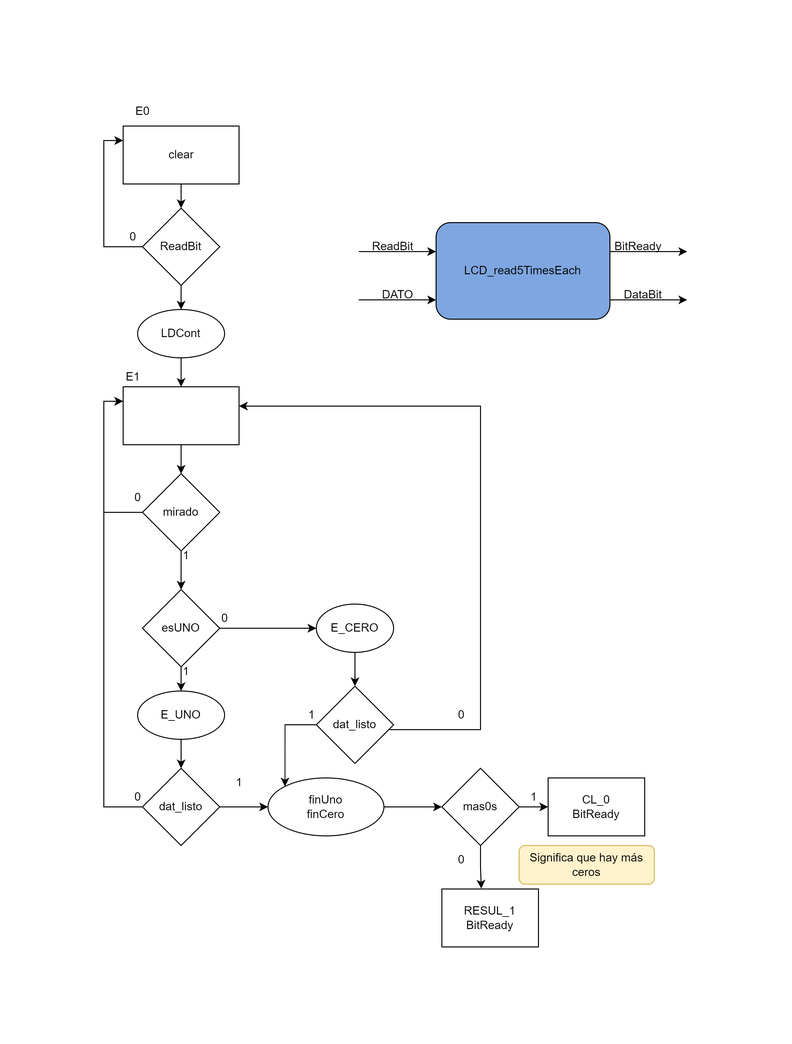
Earlier version of the draw.io export Proyecto/DISEÑO_LCD_READTIMES_EACH/LCD_read5TimesEach-UC.drawio.png (SikeMike/DCSD). Source tidied: cells renumbered, new cells last; positions are measured from the earlier drawing's top-left corner, leaving out a move shared by most shapes.
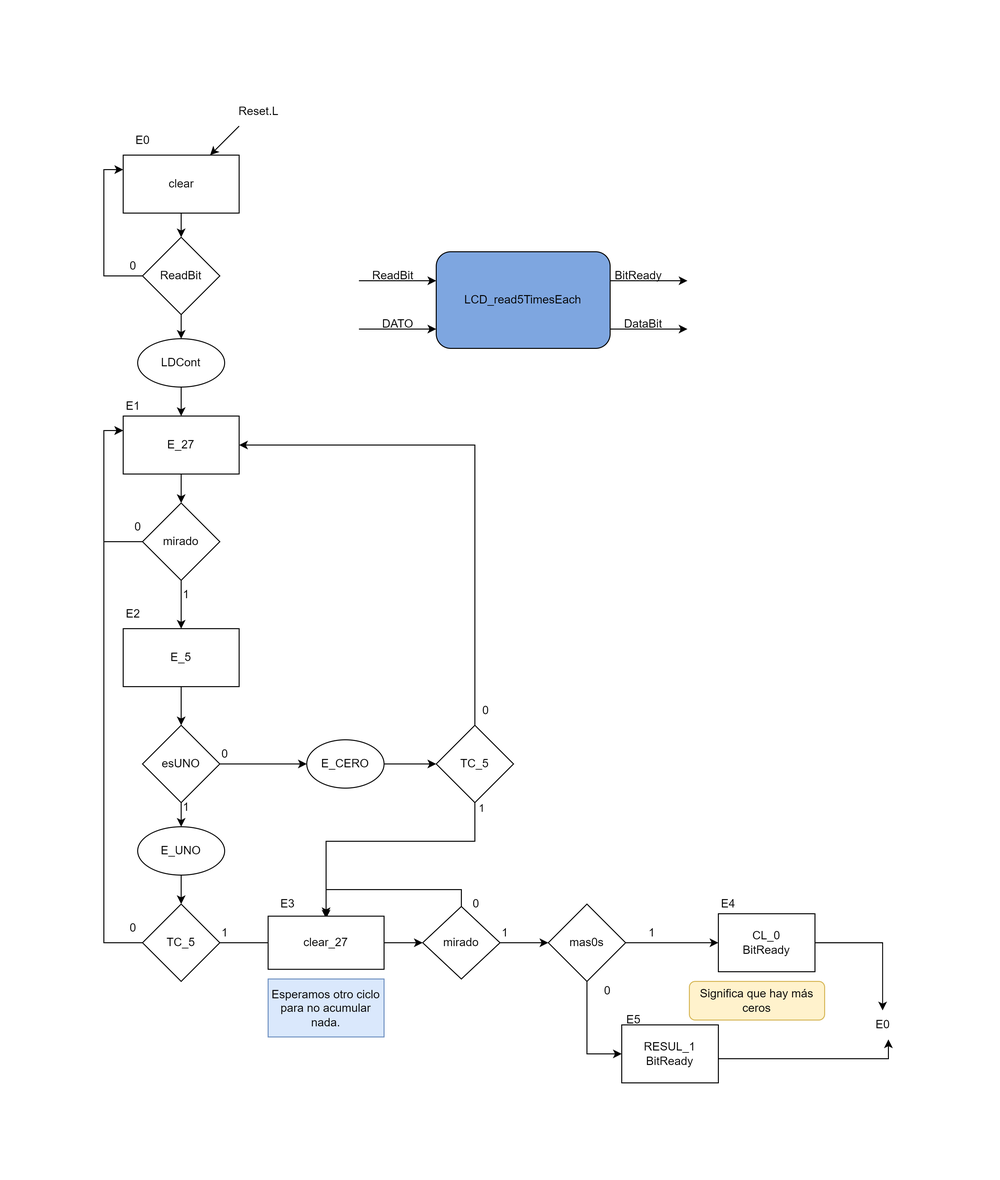
After the change.

Change to the diagram source:
```diff
@@ -76,16 +76,14 @@
     <mxCell id="20" style="edgeStyle=orthogonalEdgeStyle;rounded=0;jettySize=auto;html=1;" parent="1" edge="1" source="21" target="25">
       <mxGeometry relative="1" as="geometry" />
     </mxCell>
-    <mxCell id="21" style="whiteSpace=wrap;html=1;fillColor=#FFFFFF;" parent="1" vertex="1">
+    <mxCell id="21" value="E_27" style="whiteSpace=wrap;html=1;fillColor=#FFFFFF;" parent="1" vertex="1">
       <mxGeometry x="20" y="300" width="120" height="60" as="geometry" />
     </mxCell>
     <mxCell id="22" value="E1" style="text;html=1;align=center;verticalAlign=middle;strokeColor=none;fillColor=none;" parent="1" vertex="1">
       <mxGeometry x="10" y="275" width="40" height="30" as="geometry" />
     </mxCell>
-    <mxCell id="23" style="edgeStyle=orthogonalEdgeStyle;rounded=0;jettySize=auto;html=1;" parent="1" edge="1" source="25">
-      <mxGeometry relative="1" as="geometry">
-        <mxPoint x="80" y="510" as="targetPoint" />
-      </mxGeometry>
+    <mxCell id="23" style="edgeStyle=orthogonalEdgeStyle;rounded=0;jettySize=auto;html=1;entryX=0.5;entryY=0;entryDx=0;entryDy=0;" parent="1" edge="1" source="25" target="78">
+      <mxGeometry relative="1" as="geometry" />
     </mxCell>
     <mxCell id="24" style="edgeStyle=orthogonalEdgeStyle;rounded=0;jettySize=auto;html=1;entryX=0;entryY=0.25;entryDx=0;entryDy=0;" parent="1" edge="1" source="25" target="21">
       <mxGeometry relative="1" as="geometry">
@@ -108,105 +106,172 @@
       <mxGeometry relative="1" as="geometry" />
     </mxCell>
     <mxCell id="29" value="esUNO" style="rhombus;whiteSpace=wrap;html=1;fillColor=#FFFFFF;" parent="1" vertex="1">
-      <mxGeometry x="40" y="510" width="80" height="80" as="geometry" />
+      <mxGeometry x="40" y="620" width="80" height="80" as="geometry" />
     </mxCell>
     <mxCell id="30" value="1" style="text;html=1;align=center;verticalAlign=middle;strokeColor=none;fillColor=none;" parent="1" vertex="1">
-      <mxGeometry x="70" y="460" width="30" height="30" as="geometry" />
+      <mxGeometry x="70" y="470" width="30" height="30" as="geometry" />
     </mxCell>
     <mxCell id="31" value="0" style="text;html=1;align=center;verticalAlign=middle;strokeColor=none;fillColor=none;" parent="1" vertex="1">
-      <mxGeometry x="110" y="525" width="30" height="30" as="geometry" />
+      <mxGeometry x="110" y="635" width="30" height="30" as="geometry" />
     </mxCell>
-    <mxCell id="32" style="edgeStyle=orthogonalEdgeStyle;rounded=0;jettySize=auto;html=1;entryX=0.5;entryY=0;entryDx=0;entryDy=0;" parent="1" edge="1" source="33" target="36">
+    <mxCell id="32" style="edgeStyle=orthogonalEdgeStyle;rounded=0;jettySize=auto;html=1;entryX=0;entryY=0.5;entryDx=0;entryDy=0;" parent="1" edge="1" source="33" target="36">
       <mxGeometry relative="1" as="geometry" />
     </mxCell>
     <mxCell id="33" value="E_CERO" style="ellipse;whiteSpace=wrap;html=1;fillColor=#FFFFFF;" parent="1" vertex="1">
-      <mxGeometry x="220" y="525" width="80" height="50" as="geometry" />
+      <mxGeometry x="210" y="635" width="80" height="50" as="geometry" />
     </mxCell>
-    <mxCell id="34" style="edgeStyle=orthogonalEdgeStyle;rounded=0;jettySize=auto;html=1;" parent="1" edge="1" source="36" target="21">
+    <mxCell id="34" style="edgeStyle=orthogonalEdgeStyle;rounded=0;jettySize=auto;html=1;entryX=1;entryY=0.5;entryDx=0;entryDy=0;" parent="1" edge="1" source="36" target="21">
       <mxGeometry relative="1" as="geometry">
         <Array as="points">
-          <mxPoint x="390" y="655" />
-          <mxPoint x="390" y="320" />
+          <mxPoint x="384" y="330" />
         </Array>
       </mxGeometry>
     </mxCell>
-    <mxCell id="35" style="edgeStyle=orthogonalEdgeStyle;rounded=0;jettySize=auto;html=1;entryX=0;entryY=0;entryDx=0;entryDy=0;" parent="1" edge="1" source="36" target="45">
-      <mxGeometry relative="1" as="geometry">
-        <Array as="points">
-          <mxPoint x="188" y="650" />
-        </Array>
-      </mxGeometry>
-    </mxCell>
+    <mxCell id="58" style="edgeStyle=orthogonalEdgeStyle;rounded=0;jettySize=auto;html=1;" parent="1" edge="1" source="36">
+      <mxGeometry relative="1" as="geometry">
+        <mxPoint x="230" y="820" as="targetPoint" />
+        <Array as="points">
+          <mxPoint x="384" y="740" />
+          <mxPoint x="230" y="740" />
+        </Array>
+      </mxGeometry>
+    </mxCell>
+    <mxCell id="59" value="1" style="edgeLabel;html=1;align=center;verticalAlign=middle;" parent="58" vertex="1">
+      <mxGeometry x="-0.46" y="2" relative="1" as="geometry">
+        <mxPoint x="40" y="-37" as="offset" />
+      </mxGeometry>
+    </mxCell>
-    <mxCell id="36" value="dat_listo" style="rhombus;whiteSpace=wrap;html=1;fillColor=#FFFFFF;" parent="1" vertex="1">
-      <mxGeometry x="220" y="610" width="80" height="80" as="geometry" />
+    <mxCell id="36" value="TC_5" style="rhombus;whiteSpace=wrap;html=1;fillColor=#FFFFFF;" parent="1" vertex="1">
+      <mxGeometry x="344" y="620" width="80" height="80" as="geometry" />
     </mxCell>
     <mxCell id="37" style="edgeStyle=orthogonalEdgeStyle;rounded=0;jettySize=auto;html=1;" parent="1" edge="1" source="38" target="42">
       <mxGeometry relative="1" as="geometry" />
     </mxCell>
     <mxCell id="38" value="E_UNO" style="ellipse;whiteSpace=wrap;html=1;fillColor=#FFFFFF;" parent="1" vertex="1">
-      <mxGeometry x="35" y="615" width="90" height="50" as="geometry" />
+      <mxGeometry x="35" y="725" width="90" height="50" as="geometry" />
     </mxCell>
     <mxCell id="39" value="1" style="text;html=1;align=center;verticalAlign=middle;strokeColor=none;fillColor=none;" parent="1" vertex="1">
-      <mxGeometry x="70" y="580" width="30" height="30" as="geometry" />
+      <mxGeometry x="70" y="690" width="30" height="30" as="geometry" />
     </mxCell>
-    <mxCell id="40" style="edgeStyle=orthogonalEdgeStyle;rounded=0;jettySize=auto;html=1;" parent="1" edge="1" source="42" target="45">
-      <mxGeometry relative="1" as="geometry" />
-    </mxCell>
     <mxCell id="41" style="edgeStyle=orthogonalEdgeStyle;rounded=0;jettySize=auto;html=1;entryX=0;entryY=0.25;entryDx=0;entryDy=0;" parent="1" edge="1" source="42" target="21">
       <mxGeometry relative="1" as="geometry">
         <Array as="points">
-          <mxPoint y="735" />
+          <mxPoint y="845" />
           <mxPoint y="315" />
         </Array>
       </mxGeometry>
     </mxCell>
+    <mxCell id="60" style="edgeStyle=orthogonalEdgeStyle;rounded=0;jettySize=auto;html=1;" parent="1" edge="1" source="42">
+      <mxGeometry relative="1" as="geometry">
+        <mxPoint x="180" y="845" as="targetPoint" />
+      </mxGeometry>
+    </mxCell>
-    <mxCell id="42" value="dat_listo" style="rhombus;whiteSpace=wrap;html=1;fillColor=#FFFFFF;" parent="1" vertex="1">
-      <mxGeometry x="40" y="695" width="80" height="80" as="geometry" />
+    <mxCell id="42" value="TC_5" style="rhombus;whiteSpace=wrap;html=1;fillColor=#FFFFFF;" parent="1" vertex="1">
+      <mxGeometry x="40" y="805" width="80" height="80" as="geometry" />
     </mxCell>
     <mxCell id="43" value="0" style="text;html=1;align=center;verticalAlign=middle;strokeColor=none;fillColor=none;" parent="1" vertex="1">
-      <mxGeometry x="20" y="710" width="30" height="30" as="geometry" />
+      <mxGeometry x="15" y="815" width="30" height="30" as="geometry" />
     </mxCell>
-    <mxCell id="44" style="edgeStyle=orthogonalEdgeStyle;rounded=0;jettySize=auto;html=1;" parent="1" edge="1" source="45" target="50">
-      <mxGeometry relative="1" as="geometry" />
-    </mxCell>
-    <mxCell id="45" value="finUno&lt;br&gt;finCero" style="ellipse;whiteSpace=wrap;html=1;fillColor=#FFFFFF;" parent="1" vertex="1">
-      <mxGeometry x="170" y="705" width="120" height="60" as="geometry" />
-    </mxCell>
     <mxCell id="46" value="1" style="text;html=1;align=center;verticalAlign=middle;strokeColor=none;fillColor=none;" parent="1" vertex="1">
-      <mxGeometry x="125" y="695" width="30" height="30" as="geometry" />
+      <mxGeometry x="110" y="820" width="30" height="30" as="geometry" />
     </mxCell>
-    <mxCell id="47" value="0" style="text;html=1;align=center;verticalAlign=middle;strokeColor=none;fillColor=none;" parent="1" vertex="1">
-      <mxGeometry x="355" y="625" width="30" height="30" as="geometry" />
-    </mxCell>
     <mxCell id="48" style="edgeStyle=orthogonalEdgeStyle;rounded=0;jettySize=auto;html=1;" parent="1" edge="1" source="50" target="52">
       <mxGeometry relative="1" as="geometry" />
     </mxCell>
-    <mxCell id="49" style="edgeStyle=orthogonalEdgeStyle;rounded=0;jettySize=auto;html=1;entryX=0.408;entryY=-0.007;entryDx=0;entryDy=0;entryPerimeter=0;" parent="1" edge="1" source="50" target="54">
+    <mxCell id="49" style="edgeStyle=orthogonalEdgeStyle;rounded=0;jettySize=auto;html=1;entryX=0;entryY=0.5;entryDx=0;entryDy=0;" parent="1" edge="1" source="50" target="54">
       <mxGeometry relative="1" as="geometry" />
     </mxCell>
     <mxCell id="50" value="mas0s" style="rhombus;whiteSpace=wrap;html=1;fillColor=#FFFFFF;" parent="1" vertex="1">
-      <mxGeometry x="350" y="695" width="80" height="80" as="geometry" />
+      <mxGeometry x="460" y="805" width="80" height="80" as="geometry" />
     </mxCell>
     <mxCell id="51" value="1" style="text;html=1;align=center;verticalAlign=middle;strokeColor=none;fillColor=none;" parent="1" vertex="1">
-      <mxGeometry x="430" y="710" width="30" height="30" as="geometry" />
+      <mxGeometry x="552" y="820" width="30" height="30" as="geometry" />
     </mxCell>
+    <mxCell id="61" style="edgeStyle=orthogonalEdgeStyle;rounded=0;jettySize=auto;html=1;" parent="1" edge="1" source="52" target="65">
+      <mxGeometry relative="1" as="geometry" />
+    </mxCell>
     <mxCell id="52" value="CL_0&lt;br&gt;BitReady" style="whiteSpace=wrap;html=1;fillColor=#FFFFFF;" parent="1" vertex="1">
-      <mxGeometry x="460" y="705" width="100" height="60" as="geometry" />
+      <mxGeometry x="636" y="815" width="100" height="60" as="geometry" />
     </mxCell>
     <mxCell id="53" value="0" style="text;html=1;align=center;verticalAlign=middle;strokeColor=none;fillColor=none;" parent="1" vertex="1">
-      <mxGeometry x="355" y="775" width="30" height="30" as="geometry" />
+      <mxGeometry x="506" y="880" width="30" height="30" as="geometry" />
     </mxCell>
+    <mxCell id="62" style="edgeStyle=orthogonalEdgeStyle;rounded=0;jettySize=auto;html=1;entryX=0.65;entryY=1;entryDx=0;entryDy=0;entryPerimeter=0;" parent="1" edge="1" source="54" target="65">
+      <mxGeometry relative="1" as="geometry">
+        <Array as="points">
+          <mxPoint x="812" y="965" />
+        </Array>
+      </mxGeometry>
+    </mxCell>
     <mxCell id="54" value="RESUL_1&lt;br&gt;BitReady" style="whiteSpace=wrap;html=1;fillColor=#FFFFFF;" parent="1" vertex="1">
-      <mxGeometry x="350" y="820" width="100" height="60" as="geometry" />
+      <mxGeometry x="536" y="930" width="100" height="60" as="geometry" />
     </mxCell>
     <mxCell id="55" value="Significa que hay más ceros" style="rounded=1;whiteSpace=wrap;html=1;fillColor=#fff2cc;strokeColor=#d6b656;" parent="1" vertex="1">
-      <mxGeometry x="430" y="775" width="140" height="40" as="geometry" />
+      <mxGeometry x="606" y="885" width="140" height="40" as="geometry" />
     </mxCell>
     <mxCell id="56" value="clear" style="text;html=1;align=center;verticalAlign=middle;strokeColor=none;fillColor=none;" parent="1" vertex="1">
       <mxGeometry x="55" y="45" width="50" height="30" as="geometry" />
     </mxCell>
+    <mxCell id="63" value="E4" style="text;html=1;align=center;verticalAlign=middle;strokeColor=none;fillColor=none;" parent="1" vertex="1">
+      <mxGeometry x="626" y="790" width="40" height="30" as="geometry" />
+    </mxCell>
+    <mxCell id="64" value="E5" style="text;html=1;align=center;verticalAlign=middle;strokeColor=none;fillColor=none;" parent="1" vertex="1">
+      <mxGeometry x="528" y="910" width="40" height="30" as="geometry" />
+    </mxCell>
+    <mxCell id="65" value="E0" style="text;html=1;align=center;verticalAlign=middle;points=[];strokeColor=none;fillColor=none;" parent="1" vertex="1">
+      <mxGeometry x="786" y="915" width="40" height="30" as="geometry" />
+    </mxCell>
+    <mxCell id="66" style="endArrow=classic;html=1;rounded=0;entryX=0.75;entryY=0;entryDx=0;entryDy=0;" parent="1" edge="1" target="12">
+      <mxGeometry relative="1" as="geometry">
+        <mxPoint x="140" as="sourcePoint" />
+      </mxGeometry>
+    </mxCell>
+    <mxCell id="67" value="Reset.L" style="text;html=1;align=center;verticalAlign=middle;strokeColor=none;fillColor=none;" parent="1" vertex="1">
+      <mxGeometry x="130" y="-30" width="60" height="30" as="geometry" />
+    </mxCell>
+    <mxCell id="68" value="Esperamos otro ciclo para no acumular nada." style="whiteSpace=wrap;html=1;fillColor=#dae8fc;strokeColor=#6c8ebf;" parent="1" vertex="1">
+      <mxGeometry x="170" y="882.5" width="120" height="60" as="geometry" />
+    </mxCell>
+    <mxCell id="69" style="edgeStyle=orthogonalEdgeStyle;rounded=0;jettySize=auto;html=1;entryX=0;entryY=0.5;entryDx=0;entryDy=0;" parent="1" edge="1" source="70" target="73">
+      <mxGeometry relative="1" as="geometry" />
+    </mxCell>
+    <mxCell id="70" value="clear_27" style="whiteSpace=wrap;html=1;" parent="1" vertex="1">
+      <mxGeometry x="170" y="817.5" width="120" height="55" as="geometry" />
+    </mxCell>
+    <mxCell id="71" style="edgeStyle=orthogonalEdgeStyle;rounded=0;jettySize=auto;html=1;entryX=0.5;entryY=0;entryDx=0;entryDy=0;" parent="1" edge="1" source="73" target="70">
+      <mxGeometry relative="1" as="geometry">
+        <Array as="points">
+          <mxPoint x="370" y="790" />
+          <mxPoint x="230" y="790" />
+        </Array>
+      </mxGeometry>
+    </mxCell>
+    <mxCell id="72" style="edgeStyle=orthogonalEdgeStyle;rounded=0;jettySize=auto;html=1;" parent="1" edge="1" source="73" target="50">
+      <mxGeometry relative="1" as="geometry" />
+    </mxCell>
+    <mxCell id="73" value="mirado" style="rhombus;whiteSpace=wrap;html=1;" parent="1" vertex="1">
+      <mxGeometry x="330" y="807.5" width="80" height="75" as="geometry" />
+    </mxCell>
     <mxCell id="57" value="1" style="text;html=1;align=center;verticalAlign=middle;strokeColor=none;fillColor=none;" parent="1" vertex="1">
-      <mxGeometry x="200" y="625" width="30" height="30" as="geometry" />
+      <mxGeometry x="400" y="820" width="30" height="30" as="geometry" />
     </mxCell>
+    <mxCell id="74" value="0" style="text;html=1;align=center;verticalAlign=middle;strokeColor=none;fillColor=none;" parent="1" vertex="1">
+      <mxGeometry x="370" y="790" width="30" height="30" as="geometry" />
+    </mxCell>
+    <mxCell id="75" value="E3" style="text;html=1;align=center;verticalAlign=middle;strokeColor=none;fillColor=none;" parent="1" vertex="1">
+      <mxGeometry x="170" y="790" width="40" height="30" as="geometry" />
+    </mxCell>
+    <mxCell id="76" value="0" style="text;html=1;align=center;verticalAlign=middle;strokeColor=none;fillColor=none;" parent="1" vertex="1">
+      <mxGeometry x="380" y="590" width="30" height="30" as="geometry" />
+    </mxCell>
+    <mxCell id="77" style="edgeStyle=orthogonalEdgeStyle;rounded=0;jettySize=auto;html=1;" parent="1" edge="1" source="78" target="29">
+      <mxGeometry relative="1" as="geometry" />
+    </mxCell>
+    <mxCell id="78" value="E_5" style="whiteSpace=wrap;html=1;" parent="1" vertex="1">
+      <mxGeometry x="20" y="520" width="120" height="60" as="geometry" />
+    </mxCell>
+    <mxCell id="79" value="E2" style="text;html=1;align=center;verticalAlign=middle;strokeColor=none;fillColor=none;" parent="1" vertex="1">
+      <mxGeometry x="10" y="490" width="40" height="30" as="geometry" />
+    </mxCell>
   </root>
 </mxGraphModel>
```
